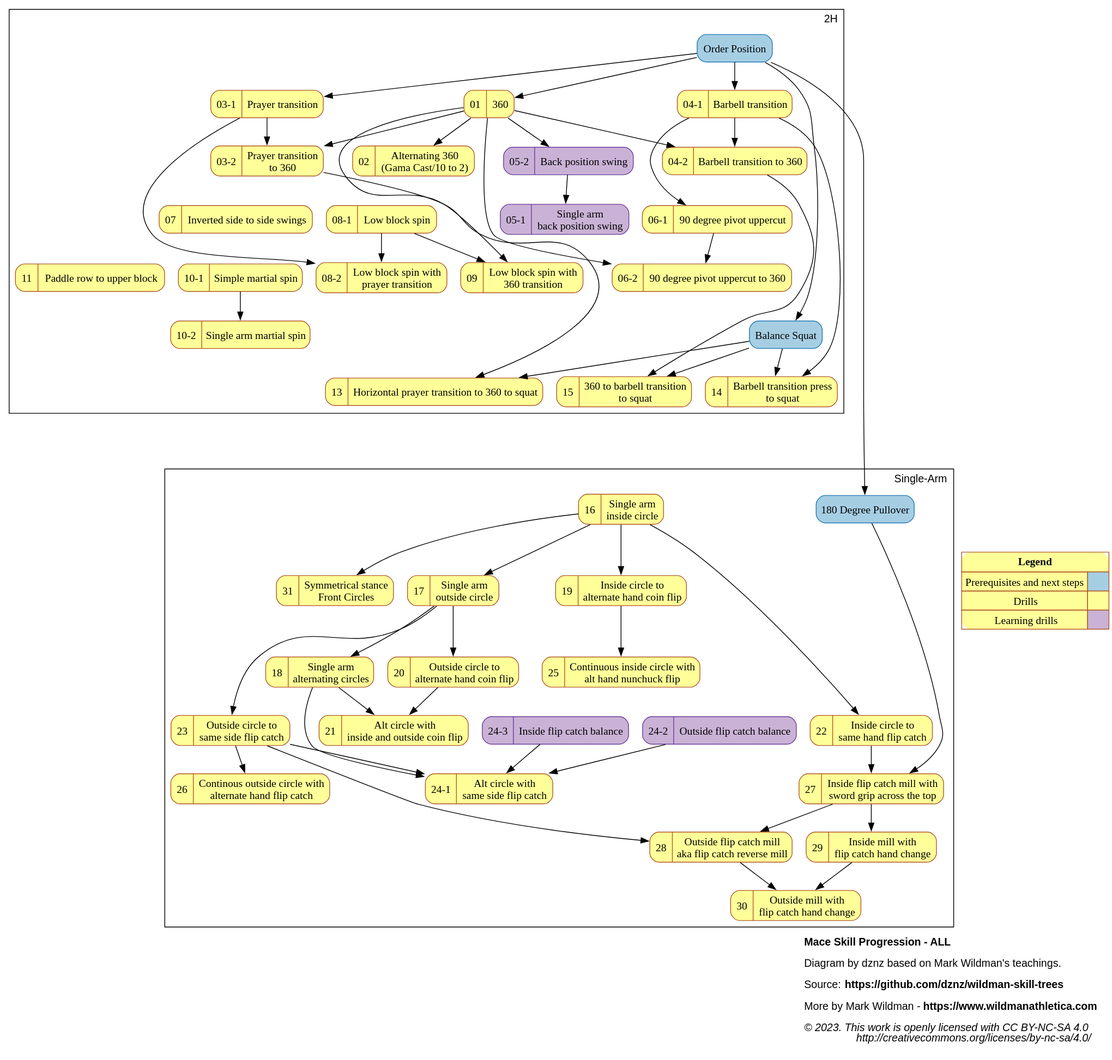
The PlantUML diagram dist/mace_progression_ALL.svg in dznz/wildman-skill-trees, before a commit. Its source is kept beside it as src/mace/mace_progression_ALL.puml.
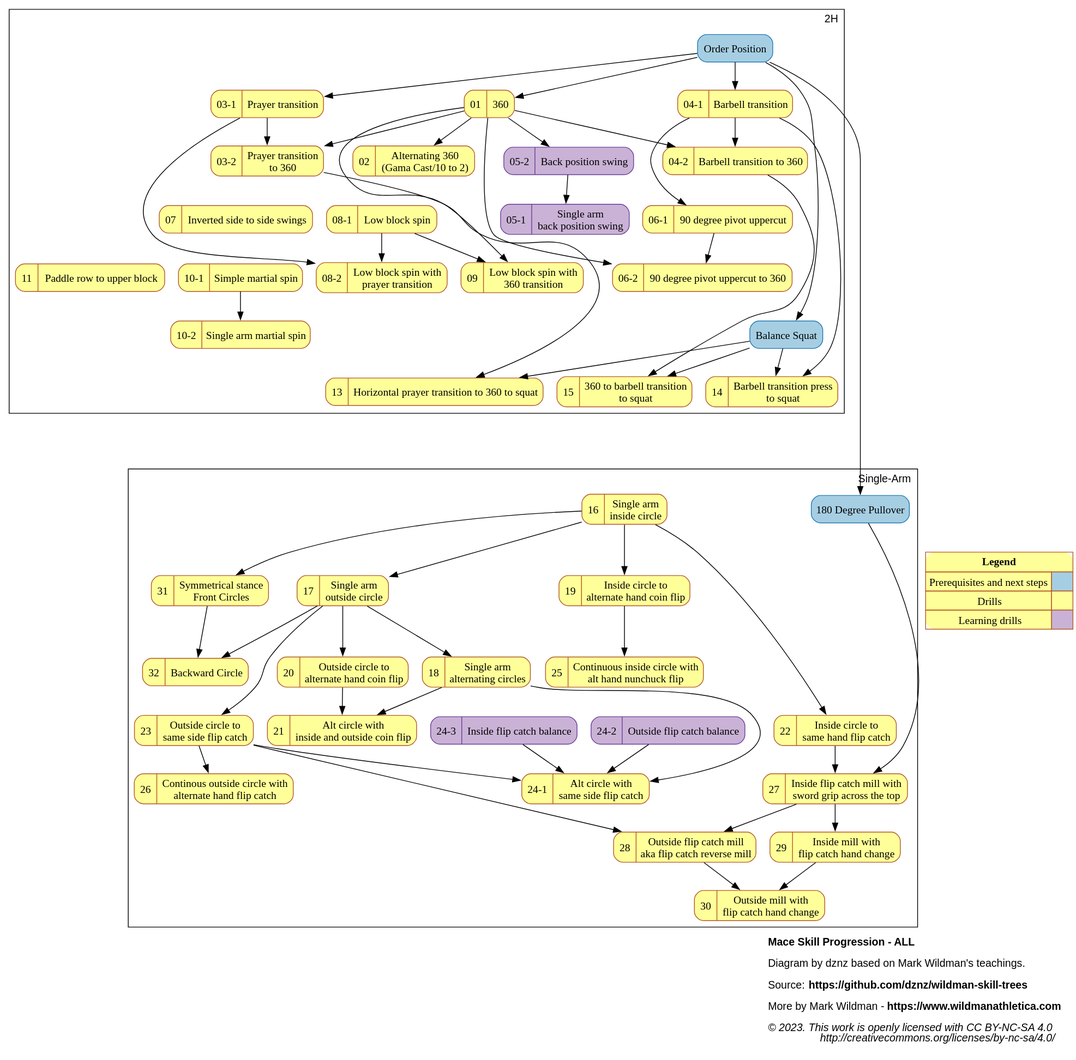
Above is the later version.

Commit message:
feat(mace_progression): add M-32

The edit, as a diff of the source:
```diff
@@ -75,6 +75,7 @@
 mov_29_inmillwflip            [label="{{29  |Inside mill with\nflip catch hand change}}"                 URL="https://www.youtube.com/watch?v=Hmk80iWQHjM" ];
 mov_30_outmillwflip           [label="{{30  |Outside mill with\nflip catch hand change}}"                URL="https://www.youtube.com/watch?v=aIxKwvzj9Hk" ];
 mov_31_frcircle               [label="{{31  |Symmetrical stance\nFront Circles}}"                        URL="https://www.youtube.com/watch?v=ULozVN0nz_U" ];
+mov_32_bkcircle               [label="{{32  |Backward Circle}}"                                          URL="https://www.youtube.com/watch?v=KSja97kaEHY" ];
 
 // LAYOUT HACKS
 
@@ -116,6 +117,7 @@
     {mov_28_outflipmill, mov_29_inmillwflip} -> mov_30_outmillwflip
 
     mov_16_saincircle -> mov_31_frcircle;
+    {mov_31_frcircle, mov_17_saoutcircle} -> mov_32_bkcircle
 
     {rank=same; ext_180pull; mov_16_saincircle}
     {rank=same; mov_17_saoutcircle; mov_19_incircle2altcoin}
```
